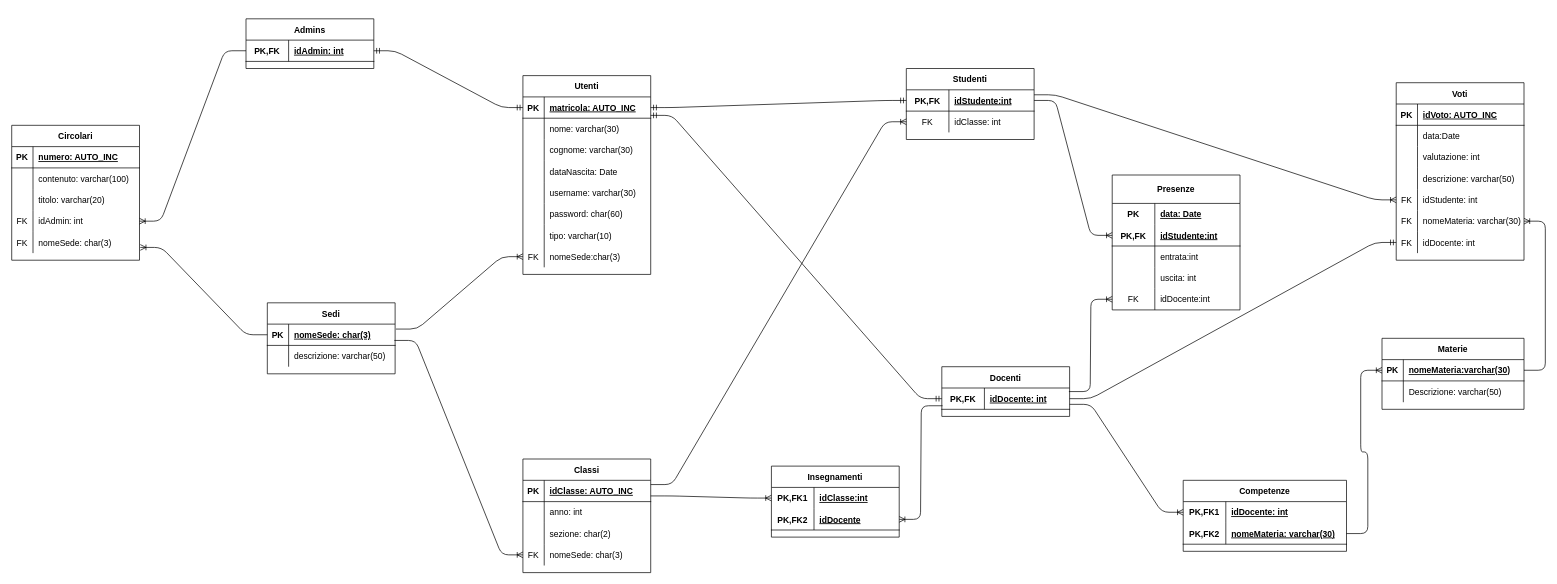
Before: schema logico.drawio in nicolo9728/registro_elettronico, a draw.io diagram. Source tidied: cells renumbered, new cells numbered last; positions are measured from the earlier drawing's top-left corner, leaving out a move shared by most shapes. Both pictures are drawn from the tidied source at 71%, with x=0, y=0 at pixel (11, 18).
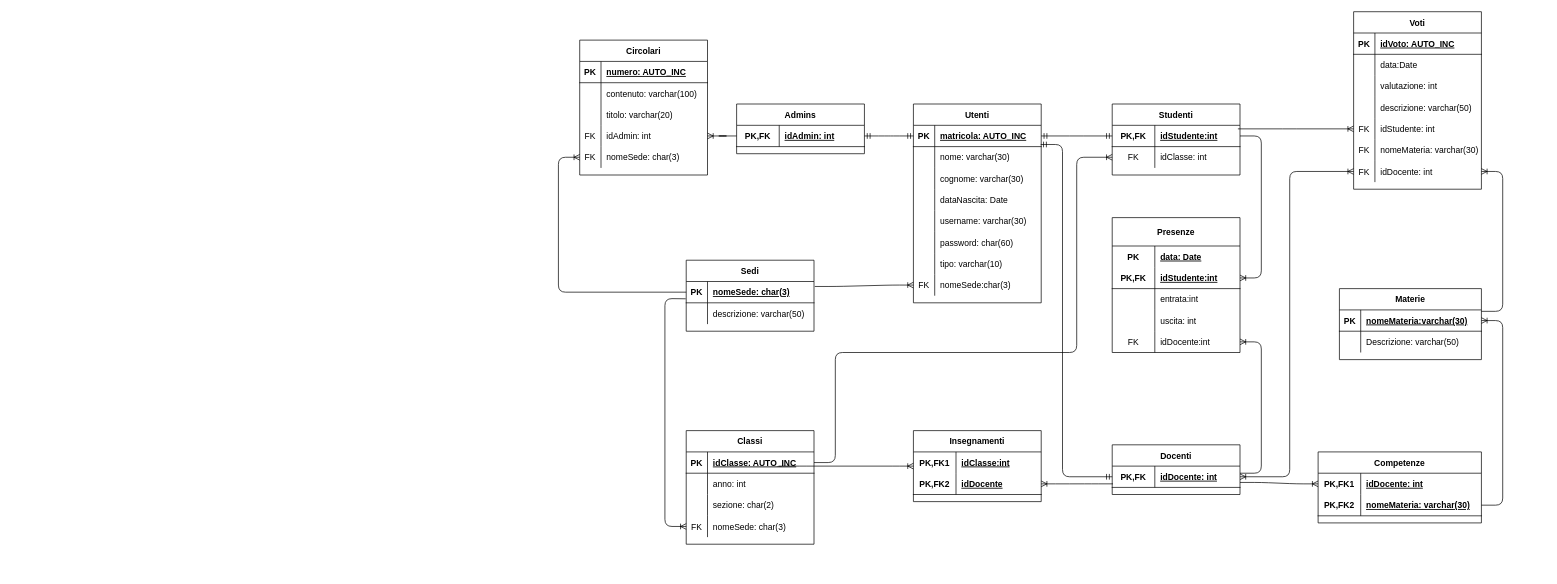
Above is the later version.

The change refers to these unchanged cells:
```xml
<mxCell id="3" style="shape=partialRectangle;fillColor=none;top=0;left=0;bottom=1;right=0;points=[[0,0.5],[1,0.5]];portConstraint=eastwest;" parent="2" vertex="1">
  <mxGeometry y="30" width="180" height="30" as="geometry" />
</mxCell>
<mxCell id="6" style="shape=partialRectangle;fillColor=none;top=0;left=0;bottom=0;right=0;points=[[0,0.5],[1,0.5]];portConstraint=eastwest;" parent="2" vertex="1">
  <mxGeometry y="60" width="180" height="30" as="geometry" />
</mxCell>
<mxCell id="10" style="shape=partialRectangle;fillColor=none;top=0;left=0;bottom=1;right=0;points=[[0,0.5],[1,0.5]];portConstraint=eastwest;" parent="9" vertex="1">
  <mxGeometry y="30" width="180" height="30" as="geometry" />
</mxCell>
<mxCell id="53" style="shape=partialRectangle;fillColor=none;top=0;left=0;bottom=0;right=0;points=[[0,0.5],[1,0.5]];portConstraint=eastwest;" parent="40" vertex="1">
  <mxGeometry y="150" width="180" height="30" as="geometry" />
</mxCell>
<mxCell id="59" style="shape=partialRectangle;fillColor=none;top=0;left=0;bottom=1;right=0;points=[[0,0.5],[1,0.5]];portConstraint=eastwest;" parent="58" vertex="1">
  <mxGeometry y="30" width="180" height="30" as="geometry" />
</mxCell>
<mxCell id="68" style="shape=partialRectangle;fillColor=none;top=0;left=0;bottom=0;right=0;points=[[0,0.5],[1,0.5]];portConstraint=eastwest;" parent="58" vertex="1">
  <mxGeometry y="120" width="180" height="30" as="geometry" />
</mxCell>
<mxCell id="73" style="shape=partialRectangle;fillColor=none;top=0;left=0;bottom=1;right=0;points=[[0,0.5],[1,0.5]];portConstraint=eastwest;" parent="72" vertex="1">
  <mxGeometry y="30" width="180" height="30" as="geometry" />
</mxCell>
<mxCell id="76" style="shape=partialRectangle;fillColor=none;top=0;left=0;bottom=0;right=0;points=[[0,0.5],[1,0.5]];portConstraint=eastwest;" parent="72" vertex="1">
  <mxGeometry y="60" width="180" height="30" as="geometry" />
</mxCell>
<mxCell id="81" style="shape=partialRectangle;fillColor=none;top=0;left=0;bottom=1;right=0;points=[[0,0.5],[1,0.5]];portConstraint=eastwest;" parent="80" vertex="1">
  <mxGeometry y="30" width="180" height="30" as="geometry" />
</mxCell>
<mxCell id="87" style="shape=partialRectangle;fillColor=none;top=0;left=0;bottom=0;right=0;points=[[0,0.5],[1,0.5]];portConstraint=eastwest;" parent="86" vertex="1">
  <mxGeometry y="30" width="180" height="30" as="geometry" />
</mxCell>
<mxCell id="99" style="shape=partialRectangle;fillColor=none;top=0;left=0;bottom=1;right=0;points=[[0,0.5],[1,0.5]];portConstraint=eastwest;" parent="95" vertex="1">
  <mxGeometry y="70" width="180" height="30" as="geometry" />
</mxCell>
<mxCell id="108" style="shape=partialRectangle;fillColor=none;top=0;left=0;bottom=0;right=0;points=[[0,0.5],[1,0.5]];portConstraint=eastwest;" parent="95" vertex="1">
  <mxGeometry y="160" width="180" height="30" as="geometry" />
</mxCell>
<mxCell id="113" style="shape=partialRectangle;fillColor=none;top=0;left=0;bottom=1;right=0;points=[[0,0.5],[1,0.5]];portConstraint=eastwest;" parent="112" vertex="1">
  <mxGeometry y="30" width="200" height="30" as="geometry" />
</mxCell>
<mxCell id="123" style="shape=partialRectangle;fillColor=none;top=0;left=0;bottom=1;right=0;points=[[0,0.5],[1,0.5]];portConstraint=eastwest;" parent="119" vertex="1">
  <mxGeometry y="60" width="230" height="30" as="geometry" />
</mxCell>
<mxCell id="141" style="shape=partialRectangle;fillColor=none;top=0;left=0;bottom=0;right=0;points=[[0,0.5],[1,0.5]];portConstraint=eastwest;" parent="128" vertex="1">
  <mxGeometry y="150" width="180" height="30" as="geometry" />
</mxCell>
<mxCell id="144" style="shape=partialRectangle;fillColor=none;top=0;left=0;bottom=0;right=0;points=[[0,0.5],[1,0.5]];portConstraint=eastwest;" parent="128" vertex="1">
  <mxGeometry y="180" width="180" height="30" as="geometry" />
</mxCell>
<mxCell id="147" style="shape=partialRectangle;fillColor=none;top=0;left=0;bottom=0;right=0;points=[[0,0.5],[1,0.5]];portConstraint=eastwest;" parent="128" vertex="1">
  <mxGeometry y="210" width="180" height="30" as="geometry" />
</mxCell>
```

Change to the diagram source:
```diff
@@
     <mxCell id="2" value="Sedi" style="shape=table;startSize=30;childLayout=tableLayout;rowLines=0;fontStyle=1;align=center;" parent="1" vertex="1">
-      <mxGeometry x="360" y="400" width="180" height="100" as="geometry" />
+      <mxGeometry x="950" y="340" width="180" height="100" as="geometry" />
     </mxCell>
@@
     <mxCell id="9" value="Utenti" style="shape=table;startSize=30;childLayout=tableLayout;rowLines=0;fontStyle=1;align=center;" parent="1" vertex="1">
-      <mxGeometry x="720" y="80" width="180" height="280" as="geometry" />
+      <mxGeometry x="1270" y="120" width="180" height="280" as="geometry" />
     </mxCell>
@@
     <mxCell id="35" value="Admins" style="shape=table;startSize=30;childLayout=tableLayout;rowLines=0;fontStyle=1;align=center;" parent="1" vertex="1">
-      <mxGeometry x="330" width="180" height="70" as="geometry" />
+      <mxGeometry x="1021" y="120" width="180" height="70" as="geometry" />
     </mxCell>
@@
     <mxCell id="40" value="Circolari" style="shape=table;startSize=30;childLayout=tableLayout;rowLines=0;fontStyle=1;align=center;" parent="1" vertex="1">
-      <mxGeometry y="150" width="180" height="190" as="geometry" />
+      <mxGeometry x="800" y="30" width="180" height="190" as="geometry" />
     </mxCell>
@@
-    <mxCell id="57" style="edgeStyle=entityRelationEdgeStyle;fontSize=12;html=1;endArrow=ERoneToMany;exitX=0;exitY=0.5;exitDx=0;exitDy=0;entryX=1.006;entryY=0.733;entryDx=0;entryDy=0;entryPerimeter=0;" parent="1" edge="1" source="3" target="53">
-      <mxGeometry relative="1" as="geometry" />
-    </mxCell>
     <mxCell id="58" value="Classi" style="shape=table;startSize=30;childLayout=tableLayout;rowLines=0;fontStyle=1;align=center;" parent="1" vertex="1">
-      <mxGeometry x="720" y="620" width="180" height="160" as="geometry" />
+      <mxGeometry x="950" y="580" width="180" height="160" as="geometry" />
     </mxCell>
@@
-    <mxCell id="71" style="edgeStyle=entityRelationEdgeStyle;fontSize=12;html=1;endArrow=ERoneToMany;exitX=0.994;exitY=0.767;exitDx=0;exitDy=0;entryX=0;entryY=0.5;entryDx=0;entryDy=0;exitPerimeter=0;" parent="1" edge="1" source="3" target="68">
-      <mxGeometry relative="1" as="geometry" />
-    </mxCell>
     <mxCell id="72" value="Studenti" style="shape=table;startSize=30;childLayout=tableLayout;rowLines=0;fontStyle=1;align=center;" parent="1" vertex="1">
-      <mxGeometry x="1260" y="70" width="180" height="100" as="geometry" />
+      <mxGeometry x="1550" y="120" width="180" height="100" as="geometry" />
     </mxCell>
@@
-    <mxCell id="79" style="edgeStyle=entityRelationEdgeStyle;fontSize=12;html=1;endArrow=ERoneToMany;exitX=1;exitY=0.2;exitDx=0;exitDy=0;entryX=0;entryY=0.5;entryDx=0;entryDy=0;exitPerimeter=0;" parent="1" edge="1" source="59" target="76">
-      <mxGeometry relative="1" as="geometry" />
-    </mxCell>
     <mxCell id="80" value="Docenti" style="shape=table;startSize=30;childLayout=tableLayout;rowLines=0;fontStyle=1;align=center;" parent="1" vertex="1">
-      <mxGeometry x="1310" y="490" width="180" height="70" as="geometry" />
+      <mxGeometry x="1550" y="600" width="180" height="70" as="geometry" />
     </mxCell>
@@
-    <mxCell id="84" style="edgeStyle=entityRelationEdgeStyle;fontSize=12;html=1;endArrow=ERmandOne;startArrow=ERmandOne;exitX=1;exitY=0.5;exitDx=0;exitDy=0;entryX=0;entryY=0.5;entryDx=0;entryDy=0;" parent="1" edge="1" source="10" target="73">
-      <mxGeometry relative="1" as="geometry" />
-    </mxCell>
-    <mxCell id="85" style="edgeStyle=entityRelationEdgeStyle;fontSize=12;html=1;endArrow=ERmandOne;startArrow=ERmandOne;exitX=0;exitY=0.5;exitDx=0;exitDy=0;entryX=1;entryY=0.867;entryDx=0;entryDy=0;entryPerimeter=0;" parent="1" edge="1" source="81" target="10">
-      <mxGeometry relative="1" as="geometry" />
-    </mxCell>
     <mxCell id="86" value="Insegnamenti" style="shape=table;startSize=30;childLayout=tableLayout;rowLines=0;fontStyle=1;align=center;" parent="1" vertex="1">
-      <mxGeometry x="1070" y="630" width="180" height="100" as="geometry" />
+      <mxGeometry x="1270" y="580" width="180" height="100" as="geometry" />
     </mxCell>
@@
-    <mxCell id="93" style="edgeStyle=entityRelationEdgeStyle;fontSize=12;html=1;endArrow=ERoneToMany;exitX=1;exitY=0.733;exitDx=0;exitDy=0;entryX=0;entryY=0.5;entryDx=0;entryDy=0;exitPerimeter=0;" parent="1" edge="1" source="59" target="87">
-      <mxGeometry relative="1" as="geometry" />
+    <mxCell id="93" style="edgeStyle=entityRelationEdgeStyle;fontSize=12;html=1;endArrow=ERoneToMany;" parent="1" edge="1">
+      <mxGeometry relative="1" as="geometry">
+        <mxPoint x="1080" y="630" as="sourcePoint" />
+        <mxPoint x="1270" y="630" as="targetPoint" />
+      </mxGeometry>
     </mxCell>
@@
     <mxCell id="95" value="Presenze" style="shape=table;startSize=40;childLayout=tableLayout;rowLines=0;fontStyle=1;align=center;" parent="1" vertex="1">
-      <mxGeometry x="1550" y="220" width="180" height="190" as="geometry" />
+      <mxGeometry x="1550" y="280" width="180" height="190" as="geometry" />
     </mxCell>
@@
-    <mxCell id="111" style="edgeStyle=entityRelationEdgeStyle;fontSize=12;html=1;endArrow=ERoneToMany;entryX=0;entryY=0.5;entryDx=0;entryDy=0;exitX=1;exitY=0.5;exitDx=0;exitDy=0;" parent="1" edge="1" source="73" target="99">
+    <mxCell id="111" style="edgeStyle=entityRelationEdgeStyle;fontSize=12;html=1;endArrow=ERoneToMany;entryX=1;entryY=0.5;entryDx=0;entryDy=0;exitX=1;exitY=0.5;exitDx=0;exitDy=0;" parent="1" edge="1" source="73" target="99">
       <mxGeometry relative="1" as="geometry" />
     </mxCell>
     <mxCell id="112" value="Materie" style="shape=table;startSize=30;childLayout=tableLayout;rowLines=0;fontStyle=1;align=center;" parent="1" vertex="1">
-      <mxGeometry x="1930" y="450" width="200" height="100" as="geometry" />
+      <mxGeometry x="1870" y="380" width="200" height="100" as="geometry" />
     </mxCell>
@@
     <mxCell id="119" value="Competenze" style="shape=table;startSize=30;childLayout=tableLayout;rowLines=0;fontStyle=1;align=center;" parent="1" vertex="1">
-      <mxGeometry x="1650" y="650" width="230" height="100" as="geometry" />
+      <mxGeometry x="1840" y="610" width="230" height="100" as="geometry" />
     </mxCell>
@@
-    <mxCell id="127" style="edgeStyle=entityRelationEdgeStyle;fontSize=12;html=1;endArrow=ERoneToMany;exitX=1;exitY=0.5;exitDx=0;exitDy=0;entryX=0;entryY=0.5;entryDx=0;entryDy=0;" parent="1" edge="1" source="123" target="113">
+    <mxCell id="127" style="edgeStyle=entityRelationEdgeStyle;fontSize=12;html=1;endArrow=ERoneToMany;exitX=1;exitY=0.5;exitDx=0;exitDy=0;entryX=1;entryY=0.5;entryDx=0;entryDy=0;" parent="1" edge="1" source="123" target="113">
       <mxGeometry relative="1" as="geometry" />
     </mxCell>
     <mxCell id="128" value="Voti" style="shape=table;startSize=30;childLayout=tableLayout;rowLines=0;fontStyle=1;align=center;" parent="1" vertex="1">
-      <mxGeometry x="1950" y="90" width="180" height="250" as="geometry" />
+      <mxGeometry x="1890" y="-10" width="180" height="250" as="geometry" />
     </mxCell>
@@
+    <mxCell id="57" style="endArrow=ERoneToMany;html=1;strokeColor=#000000;entryX=0;entryY=0.5;entryDx=0;entryDy=0;exitX=0;exitY=0.5;exitDx=0;exitDy=0;endFill=0;" parent="1" edge="1" source="3" target="53">
+      <mxGeometry relative="1" as="geometry">
+        <Array as="points">
+          <mxPoint x="770" y="385" />
+          <mxPoint x="770" y="195" />
+        </Array>
+      </mxGeometry>
+    </mxCell>
+    <mxCell id="85" style="endArrow=ERmandOne;html=1;strokeColor=#000000;entryX=0.996;entryY=0.9;entryDx=0;entryDy=0;entryPerimeter=0;exitX=0;exitY=0.5;exitDx=0;exitDy=0;startArrow=ERmandOne;startFill=0;endFill=0;" parent="1" edge="1" source="81" target="10">
+      <mxGeometry relative="1" as="geometry">
+        <Array as="points">
+          <mxPoint x="1480" y="645" />
+          <mxPoint x="1480" y="177" />
+        </Array>
+      </mxGeometry>
+    </mxCell>
+    <mxCell id="79" style="endArrow=ERoneToMany;html=1;strokeColor=#000000;entryX=0;entryY=0.5;entryDx=0;entryDy=0;exitX=1;exitY=0.5;exitDx=0;exitDy=0;startArrow=none;startFill=0;endFill=0;" parent="1" edge="1" source="59" target="76">
+      <mxGeometry relative="1" as="geometry">
+        <Array as="points">
+          <mxPoint x="1160" y="625" />
+          <mxPoint x="1160" y="470" />
+          <mxPoint x="1500" y="470" />
+          <mxPoint x="1500" y="195" />
+        </Array>
+      </mxGeometry>
+    </mxCell>
+    <mxCell id="154" style="endArrow=ERoneToMany;html=1;strokeColor=#000000;entryX=1;entryY=0.5;entryDx=0;entryDy=0;startArrow=none;startFill=0;endFill=0;" parent="1" edge="1" target="108">
+      <mxGeometry relative="1" as="geometry">
+        <mxPoint x="1730" y="640" as="sourcePoint" />
+        <Array as="points">
+          <mxPoint x="1760" y="640" />
+          <mxPoint x="1760" y="455" />
+        </Array>
+      </mxGeometry>
+    </mxCell>
-    <mxCell id="150" style="edgeStyle=entityRelationEdgeStyle;fontSize=12;html=1;endArrow=ERmandOne;exitX=1;exitY=0.5;exitDx=0;exitDy=0;entryX=0;entryY=0.5;entryDx=0;entryDy=0;" parent="1" edge="1" source="81" target="147">
-      <mxGeometry relative="1" as="geometry" />
+    <mxCell id="150" style="endArrow=ERoneToMany;html=1;strokeColor=#000000;exitX=1;exitY=0.5;exitDx=0;exitDy=0;entryX=0;entryY=0.5;entryDx=0;entryDy=0;endFill=0;startArrow=ERoneToMany;startFill=0;" parent="1" edge="1" source="81" target="147">
+      <mxGeometry relative="1" as="geometry">
+        <Array as="points">
+          <mxPoint x="1800" y="645" />
+          <mxPoint x="1800" y="215" />
+        </Array>
+      </mxGeometry>
     </mxCell>
-    <mxCell id="151" style="edgeStyle=entityRelationEdgeStyle;fontSize=12;html=1;endArrow=ERoneToMany;exitX=1;exitY=0.5;exitDx=0;exitDy=0;entryX=1;entryY=0.5;entryDx=0;entryDy=0;" parent="1" edge="1" source="113" target="144">
-      <mxGeometry relative="1" as="geometry" />
-    </mxCell>
-    <mxCell id="152" style="edgeStyle=entityRelationEdgeStyle;fontSize=12;html=1;endArrow=ERoneToMany;entryX=0;entryY=0.5;entryDx=0;entryDy=0;" parent="1" edge="1" target="141">
-      <mxGeometry relative="1" as="geometry">
-        <mxPoint x="1440" y="107" as="sourcePoint" />
-      </mxGeometry>
-    </mxCell>
-    <mxCell id="153" style="edgeStyle=entityRelationEdgeStyle;fontSize=12;html=1;endArrow=ERoneToMany;entryX=0;entryY=0.5;entryDx=0;entryDy=0;" parent="1" edge="1" target="108">
-      <mxGeometry relative="1" as="geometry">
-        <mxPoint x="1489" y="525" as="sourcePoint" />
-      </mxGeometry>
-    </mxCell>
+    <mxCell id="155" style="endArrow=ERoneToMany;html=1;strokeColor=#000000;entryX=1;entryY=0.5;entryDx=0;entryDy=0;startArrow=none;startFill=0;endFill=0;" parent="1" edge="1" target="147">
+      <mxGeometry relative="1" as="geometry">
+        <mxPoint x="2070" y="412" as="sourcePoint" />
+        <Array as="points">
+          <mxPoint x="2100" y="412" />
+          <mxPoint x="2100" y="215" />
+        </Array>
+      </mxGeometry>
+    </mxCell>
+    <mxCell id="156" style="endArrow=ERoneToMany;html=1;strokeColor=#000000;entryX=0;entryY=0.5;entryDx=0;entryDy=0;startArrow=none;startFill=0;endFill=0;" parent="1" edge="1" target="141">
+      <mxGeometry relative="1" as="geometry">
+        <mxPoint x="1727" y="155" as="sourcePoint" />
+        <Array as="points">
+          <mxPoint x="1800" y="155" />
+        </Array>
+      </mxGeometry>
+    </mxCell>
+    <mxCell id="157" style="endArrow=none;html=1;strokeColor=#000000;entryX=-0.004;entryY=-0.189;entryDx=0;entryDy=0;entryPerimeter=0;exitX=0;exitY=0.5;exitDx=0;exitDy=0;endFill=0;startArrow=ERoneToMany;startFill=0;" parent="1" edge="1" source="68" target="6">
+      <mxGeometry relative="1" as="geometry">
+        <Array as="points">
+          <mxPoint x="920" y="715" />
+          <mxPoint x="920" y="394" />
+        </Array>
+      </mxGeometry>
+    </mxCell>
+    <mxCell id="84" style="endArrow=ERmandOne;html=1;strokeColor=#000000;entryX=0;entryY=0.5;entryDx=0;entryDy=0;endFill=0;startArrow=ERmandOne;startFill=0;exitX=1;exitY=0.5;exitDx=0;exitDy=0;" parent="1" edge="1" source="10" target="73">
+      <mxGeometry relative="1" as="geometry">
+        <Array as="points">
+          <mxPoint x="1500" y="165" />
+        </Array>
+      </mxGeometry>
+    </mxCell>
```
